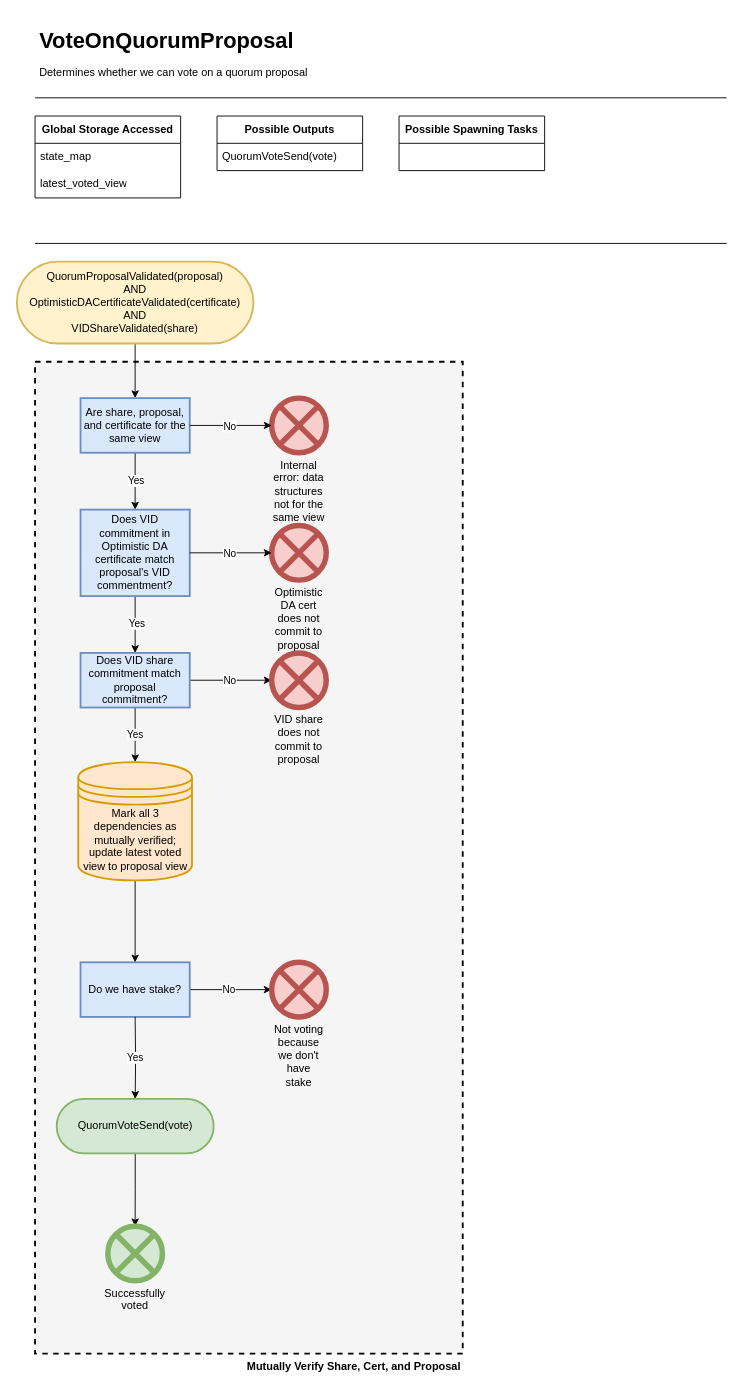
EspressoSystems/HotShot keeps this draw.io diagram as page "VoteOnQuorumProposal" (6 of 17) of docs/diagrams/HotShotFlow.drawio. Above is the earlier version. Source tidied: cells renumbered, new cells numbered last; positions are measured from the earlier drawing's top-left corner, leaving out a move shared by most shapes. Both pictures are drawn from the tidied source at 91%, with x=0, y=0 at pixel (16, 25).
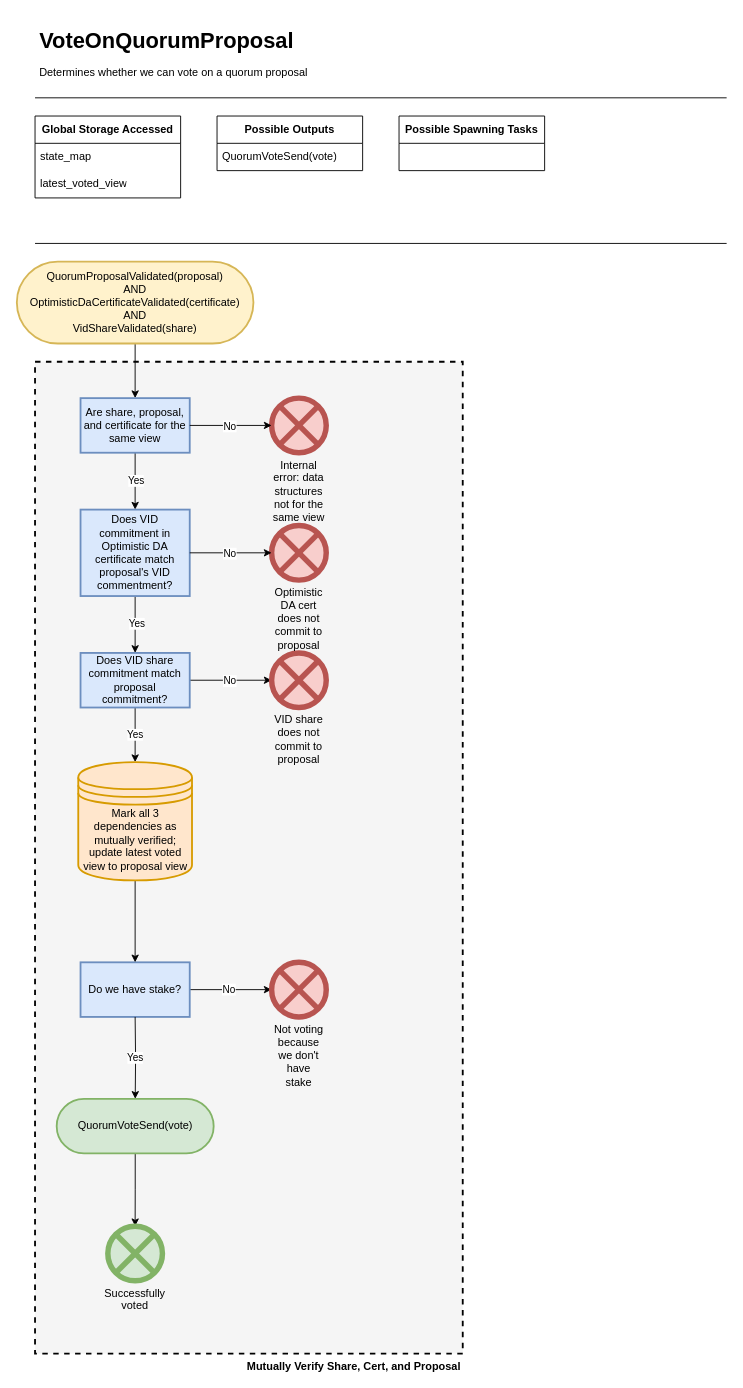
Above is the later version.

What changed in the source:
```diff
@@
-    <mxCell id="13" value="QuorumProposalValidated(proposal) &lt;br&gt;AND&lt;br&gt;OptimisticDACertificateValidated(certificate) AND&lt;br&gt;VIDShareValidated(share)" style="rounded=1;whiteSpace=wrap;html=1;fillColor=#fff2cc;strokeColor=#d6b656;arcSize=50;strokeWidth=2;" parent="1" vertex="1">
+    <mxCell id="13" value="QuorumProposalValidated(proposal) &lt;br&gt;AND&lt;br&gt;OptimisticDaCertificateValidated(certificate) AND&lt;br&gt;VidShareValidated(share)" style="rounded=1;whiteSpace=wrap;html=1;fillColor=#fff2cc;strokeColor=#d6b656;arcSize=50;strokeWidth=2;" parent="1" vertex="1">
       <mxGeometry y="260" width="260" height="90" as="geometry" />
     </mxCell>
```
